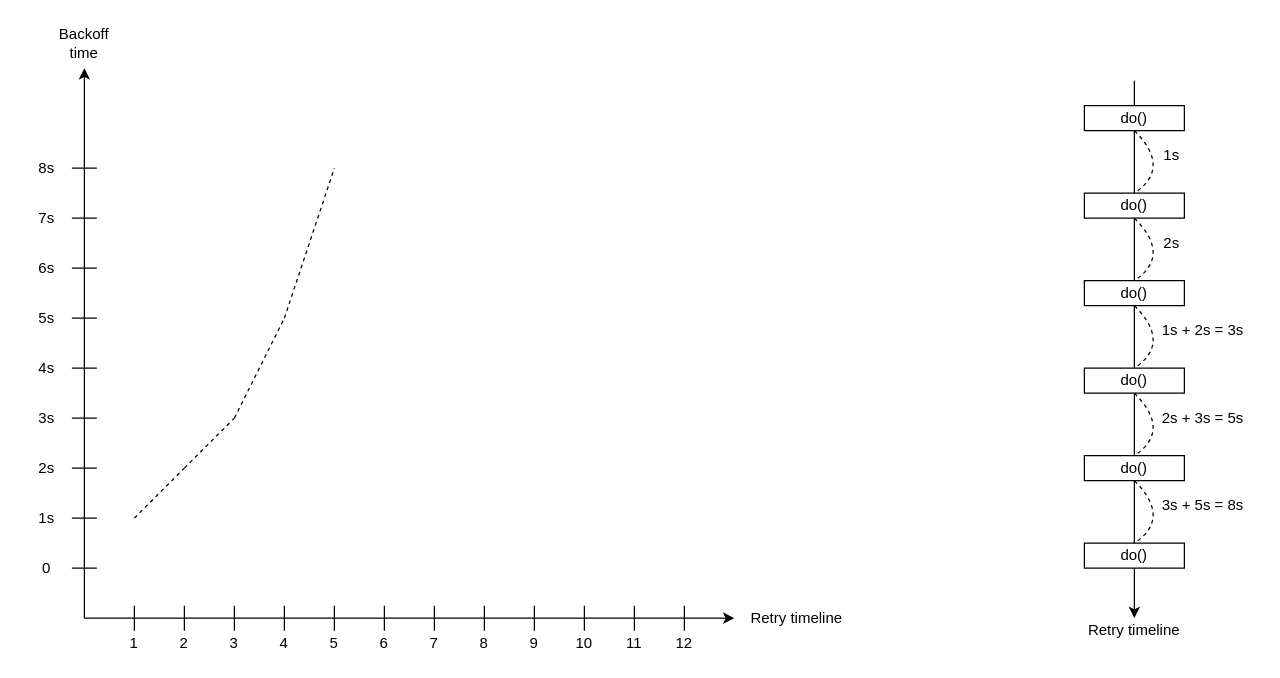
The draw.io diagram page "fibonacci_backoff" (4 of 8) of src/retry_strategies.drawio in ledongthuc/ledongthuc.github.io, before the edit. Source tidied: cells renumbered, new cells numbered last; positions are measured from the earlier drawing's top-left corner, leaving out a move shared by most shapes. Both pictures are drawn from the tidied source at 125%, with x=0, y=0 at pixel (21, 30).
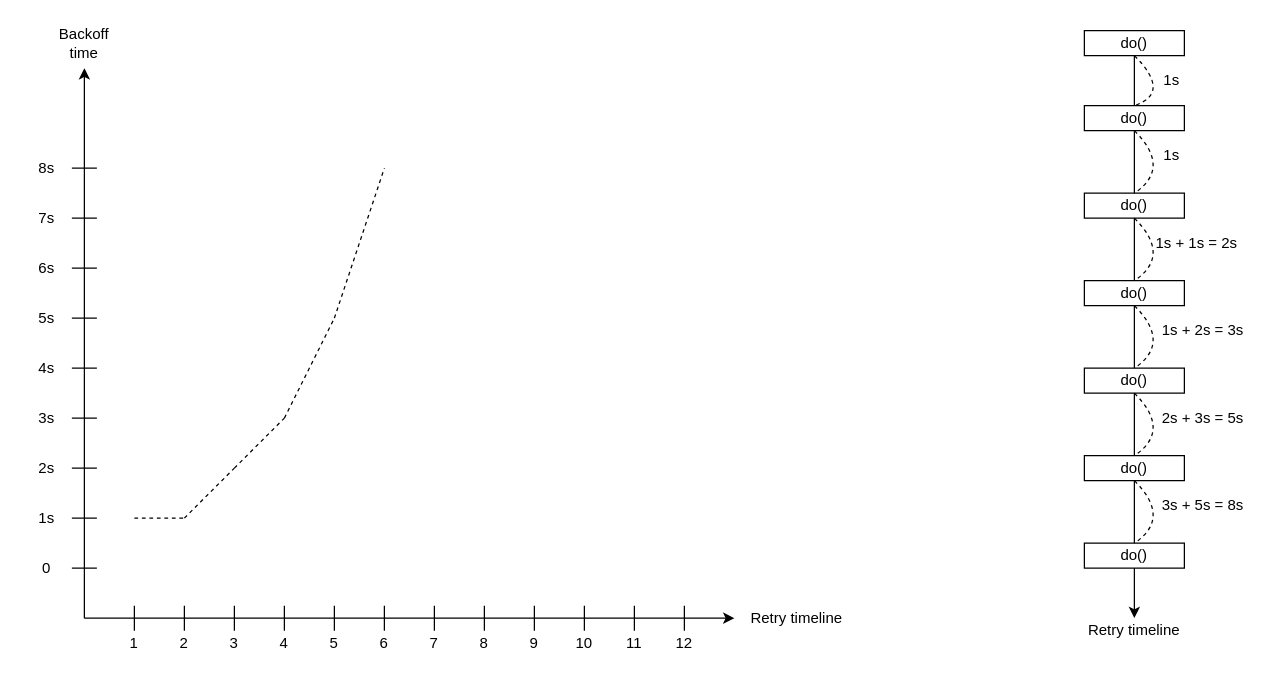
The same page after the edit.

Unchanged cells that the change refers to:
```xml
<mxCell id="34" value="Retry timeline" style="text;html=1;strokeColor=none;fillColor=none;align=center;verticalAlign=middle;whiteSpace=wrap;rounded=0;" parent="1" vertex="1">
  <mxGeometry x="850" y="470" width="80" height="20" as="geometry" />
</mxCell>
```

What changed in the source:
```diff
@@
     <mxCell id="32" style="endArrow=none;dashed=1;html=1;" parent="1" edge="1">
       <mxGeometry relative="1" as="geometry">
-        <mxPoint x="130" y="350" as="sourcePoint" />
-        <mxPoint x="170" y="310" as="targetPoint" />
+        <mxPoint x="170" y="350" as="sourcePoint" />
+        <mxPoint x="210" y="310" as="targetPoint" />
       </mxGeometry>
     </mxCell>
-    <mxCell id="33" style="endArrow=classic;html=1;entryX=0.5;entryY=0;entryDx=0;entryDy=0;" parent="1" edge="1" target="34">
-      <mxGeometry relative="1" as="geometry">
-        <mxPoint x="890" y="40" as="sourcePoint" />
-      </mxGeometry>
+    <mxCell id="33" style="endArrow=classic;html=1;entryX=0.5;entryY=0;entryDx=0;entryDy=0;" parent="1" edge="1" source="71" target="34">
+      <mxGeometry relative="1" as="geometry" />
     </mxCell>
@@
-    <mxCell id="43" value="2s" style="text;html=1;strokeColor=none;fillColor=none;align=center;verticalAlign=middle;whiteSpace=wrap;rounded=0;" parent="1" vertex="1">
-      <mxGeometry x="900" y="160" width="40" height="20" as="geometry" />
+    <mxCell id="43" value="1s + 1s = 2s" style="text;html=1;strokeColor=none;fillColor=none;align=center;verticalAlign=middle;whiteSpace=wrap;rounded=0;" parent="1" vertex="1">
+      <mxGeometry x="900" y="160" width="80" height="20" as="geometry" />
     </mxCell>
@@
     <mxCell id="53" style="endArrow=none;dashed=1;html=1;" parent="1" edge="1">
       <mxGeometry relative="1" as="geometry">
-        <mxPoint x="170" y="310" as="sourcePoint" />
-        <mxPoint x="210" y="230" as="targetPoint" />
+        <mxPoint x="210" y="310" as="sourcePoint" />
+        <mxPoint x="250" y="230" as="targetPoint" />
       </mxGeometry>
     </mxCell>
@@
     <mxCell id="56" style="endArrow=none;dashed=1;html=1;" parent="1" edge="1">
       <mxGeometry relative="1" as="geometry">
-        <mxPoint x="90" y="390" as="sourcePoint" />
-        <mxPoint x="130" y="350" as="targetPoint" />
+        <mxPoint x="130" y="390" as="sourcePoint" />
+        <mxPoint x="170" y="350" as="targetPoint" />
       </mxGeometry>
     </mxCell>
@@
     <mxCell id="63" style="endArrow=none;dashed=1;html=1;" parent="1" edge="1">
       <mxGeometry relative="1" as="geometry">
-        <mxPoint x="210" y="230" as="sourcePoint" />
-        <mxPoint x="250" y="110" as="targetPoint" />
+        <mxPoint x="250" y="230" as="sourcePoint" />
+        <mxPoint x="290" y="110" as="targetPoint" />
       </mxGeometry>
     </mxCell>
@@
+    <mxCell id="70" style="endArrow=none;dashed=1;html=1;" parent="1" edge="1">
+      <mxGeometry relative="1" as="geometry">
+        <mxPoint x="90" y="390" as="sourcePoint" />
+        <mxPoint x="130" y="390" as="targetPoint" />
+      </mxGeometry>
+    </mxCell>
+    <mxCell id="71" value="do()" style="rounded=0;whiteSpace=wrap;html=1;" parent="1" vertex="1">
+      <mxGeometry x="850" width="80" height="20" as="geometry" />
+    </mxCell>
+    <mxCell id="72" style="endArrow=classic;html=1;entryX=0.5;entryY=0;entryDx=0;entryDy=0;" parent="1" edge="1" target="71">
+      <mxGeometry relative="1" as="geometry">
+        <mxPoint x="890" as="sourcePoint" />
+      </mxGeometry>
+    </mxCell>
+    <mxCell id="73" value="1s" style="text;html=1;strokeColor=none;fillColor=none;align=center;verticalAlign=middle;whiteSpace=wrap;rounded=0;" parent="1" vertex="1">
+      <mxGeometry x="900" y="30" width="40" height="20" as="geometry" />
+    </mxCell>
+    <mxCell id="74" style="curved=1;endArrow=none;html=1;exitX=0.5;exitY=1;exitDx=0;exitDy=0;dashed=1;endFill=0;" parent="1" edge="1">
+      <mxGeometry relative="1" as="geometry">
+        <mxPoint x="890" y="20" as="sourcePoint" />
+        <mxPoint x="890" y="60" as="targetPoint" />
+        <Array as="points">
+          <mxPoint x="920" y="50" />
+        </Array>
+      </mxGeometry>
+    </mxCell>
```
